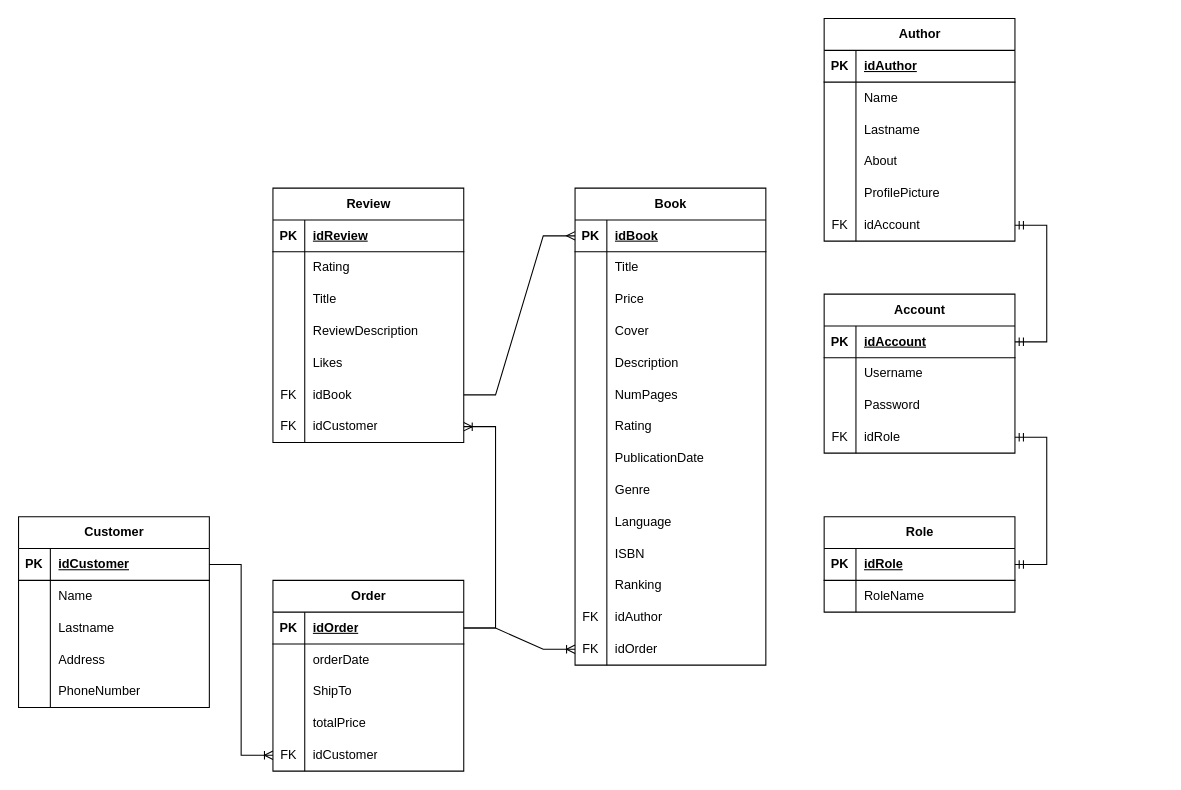
The draw.io diagram docs/diagrams/bookStoreEntityRelation.drawio in josueBarretogit/goApiBookstore, before the edit. Source tidied: cells renumbered, new cells numbered last; positions are measured from the earlier drawing's top-left corner, leaving out a move shared by most shapes. Both pictures are drawn from the tidied source at 106%, with x=0, y=0 at pixel (18, 18).
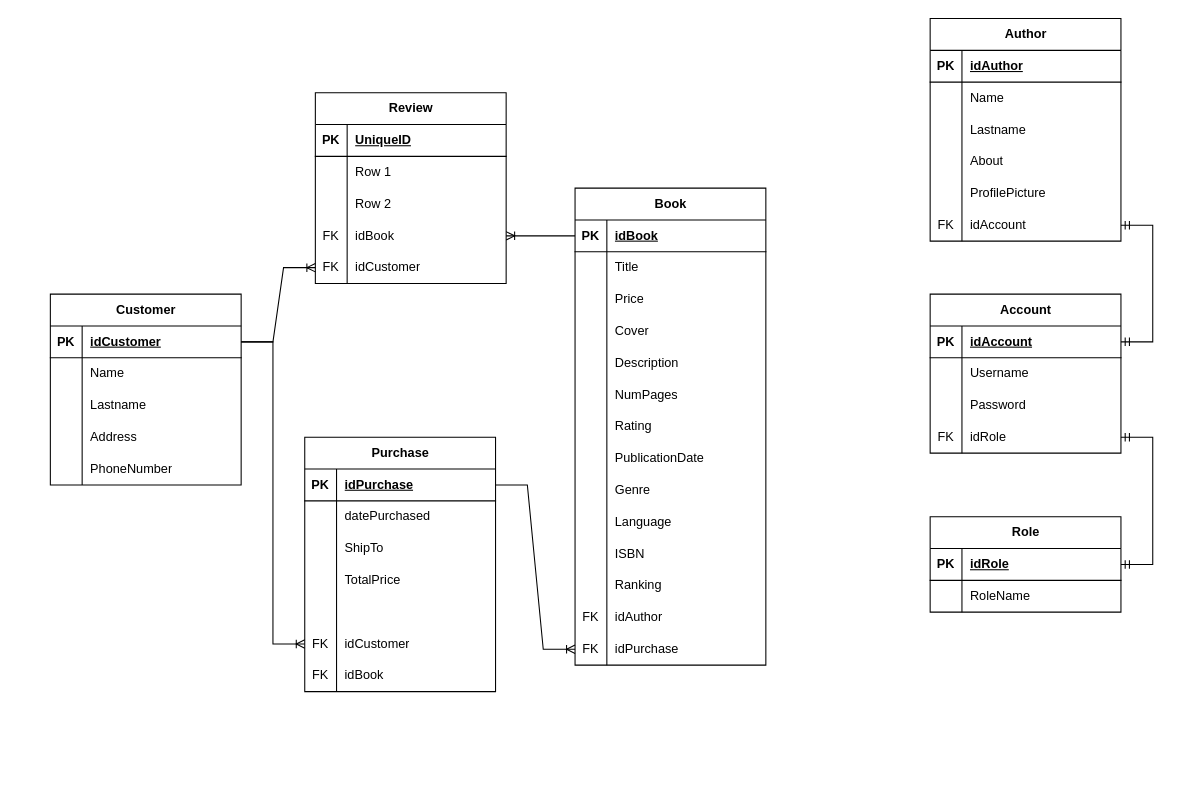
Above is the later version.

Unchanged cells that the change refers to:
```xml
<mxCell id="3" style="shape=tableRow;horizontal=0;startSize=0;swimlaneHead=0;swimlaneBody=0;fillColor=none;points=[[0,0.5],[1,0.5]];portConstraint=eastwest;top=0;left=0;right=0;bottom=1;" parent="2" vertex="1">
  <mxGeometry y="30" width="180" height="30" as="geometry" />
</mxCell>
<mxCell id="42" style="shape=tableRow;horizontal=0;startSize=0;swimlaneHead=0;swimlaneBody=0;fillColor=none;points=[[0,0.5],[1,0.5]];portConstraint=eastwest;top=0;left=0;right=0;bottom=0;" parent="2" vertex="1">
  <mxGeometry y="420" width="180" height="30" as="geometry" />
</mxCell>
<mxCell id="55" style="shape=tableRow;horizontal=0;startSize=0;swimlaneHead=0;swimlaneBody=0;fillColor=none;points=[[0,0.5],[1,0.5]];portConstraint=eastwest;top=0;left=0;right=0;bottom=0;" parent="45" vertex="1">
  <mxGeometry y="120" width="180" height="30" as="geometry" />
</mxCell>
<mxCell id="79" style="shape=tableRow;horizontal=0;startSize=0;swimlaneHead=0;swimlaneBody=0;fillColor=none;points=[[0,0.5],[1,0.5]];portConstraint=eastwest;top=0;left=0;right=0;bottom=1;" parent="78" vertex="1">
  <mxGeometry y="30" width="180" height="30" as="geometry" />
</mxCell>
<mxCell id="87" style="shape=tableRow;horizontal=0;startSize=0;swimlaneHead=0;swimlaneBody=0;fillColor=none;points=[[0,0.5],[1,0.5]];portConstraint=eastwest;top=0;left=0;right=0;bottom=1;" parent="86" vertex="1">
  <mxGeometry y="30" width="180" height="30" as="geometry" />
</mxCell>
<mxCell id="119" style="shape=tableRow;horizontal=0;startSize=0;swimlaneHead=0;swimlaneBody=0;fillColor=none;points=[[0,0.5],[1,0.5]];portConstraint=eastwest;top=0;left=0;right=0;bottom=1;" parent="118" vertex="1">
  <mxGeometry y="30" width="180" height="30" as="geometry" />
</mxCell>
<mxCell id="122" style="shape=tableRow;horizontal=0;startSize=0;swimlaneHead=0;swimlaneBody=0;fillColor=none;top=0;left=0;right=0;bottom=0;" parent="118" vertex="1">
  <mxGeometry y="60" width="180" height="30" as="geometry" />
</mxCell>
<mxCell id="125" style="shape=tableRow;horizontal=0;startSize=0;swimlaneHead=0;swimlaneBody=0;fillColor=none;top=0;left=0;right=0;bottom=0;" parent="118" vertex="1">
  <mxGeometry y="90" width="180" height="30" as="geometry" />
</mxCell>
<mxCell id="128" style="shape=tableRow;horizontal=0;startSize=0;swimlaneHead=0;swimlaneBody=0;fillColor=none;top=0;left=0;right=0;bottom=0;" parent="118" vertex="1">
  <mxGeometry y="120" width="180" height="30" as="geometry" />
</mxCell>
<mxCell id="131" style="shape=tableRow;horizontal=0;startSize=0;swimlaneHead=0;swimlaneBody=0;fillColor=none;top=0;left=0;right=0;bottom=0;" parent="118" vertex="1">
  <mxGeometry y="150" width="180" height="30" as="geometry" />
</mxCell>
<mxCell id="134" style="shape=tableRow;horizontal=0;startSize=0;swimlaneHead=0;swimlaneBody=0;fillColor=none;points=[[0,0.5],[1,0.5]];portConstraint=eastwest;top=0;left=0;right=0;bottom=0;" parent="118" vertex="1">
  <mxGeometry y="180" width="180" height="30" as="geometry" />
</mxCell>
<mxCell id="137" style="shape=tableRow;horizontal=0;startSize=0;swimlaneHead=0;swimlaneBody=0;fillColor=none;points=[[0,0.5],[1,0.5]];portConstraint=eastwest;top=0;left=0;right=0;bottom=0;" parent="118" vertex="1">
  <mxGeometry y="210" width="180" height="30" as="geometry" />
</mxCell>
```

Change to the diagram source:
```diff
@@
-    <mxCell id="44" value="idOrder" style="shape=partialRectangle;fillColor=none;top=0;left=0;bottom=0;right=0;align=left;spacingLeft=6;overflow=hidden;whiteSpace=wrap;html=1;" parent="42" vertex="1">
+    <mxCell id="44" value="idPurchase" style="shape=partialRectangle;fillColor=none;top=0;left=0;bottom=0;right=0;align=left;spacingLeft=6;overflow=hidden;whiteSpace=wrap;html=1;" parent="42" vertex="1">
       <mxGeometry x="30" width="150" height="30" as="geometry" />
     </mxCell>
     <mxCell id="45" value="Account" style="shape=table;startSize=30;childLayout=tableLayout;rowLines=0;fontStyle=1;align=center;html=1;" parent="1" vertex="1">
-      <mxGeometry x="760" y="260" width="180" height="150" as="geometry" />
+      <mxGeometry x="860" y="260" width="180" height="150" as="geometry" />
     </mxCell>
@@
     <mxCell id="58" value="Author" style="shape=table;startSize=30;childLayout=tableLayout;rowLines=0;fontStyle=1;align=center;html=1;" parent="1" vertex="1">
-      <mxGeometry x="760" width="180" height="210" as="geometry" />
+      <mxGeometry x="860" width="180" height="210" as="geometry" />
     </mxCell>
@@
     <mxCell id="78" value="Role" style="shape=table;startSize=30;childLayout=tableLayout;rowLines=0;fontStyle=1;align=center;html=1;" parent="1" vertex="1">
-      <mxGeometry x="760" y="470" width="180" height="90" as="geometry" />
+      <mxGeometry x="860" y="470" width="180" height="90" as="geometry" />
     </mxCell>
@@
     <mxCell id="85" style="edgeStyle=entityRelationEdgeStyle;fontSize=12;html=1;endArrow=ERmandOne;startArrow=ERmandOne;rounded=0;" parent="1" edge="1" source="55" target="79">
       <mxGeometry relative="1" as="geometry">
         <Array as="points">
-          <mxPoint x="1070" y="635" />
+          <mxPoint x="1170" y="635" />
         </Array>
       </mxGeometry>
     </mxCell>
     <mxCell id="86" value="Customer" style="shape=table;startSize=30;childLayout=tableLayout;rowLines=0;fontStyle=1;align=center;html=1;" parent="1" vertex="1">
-      <mxGeometry y="470" width="180" height="180" as="geometry" />
+      <mxGeometry x="30" y="260" width="180" height="180" as="geometry" />
     </mxCell>
@@
-    <mxCell id="102" value="Order" style="shape=table;startSize=30;childLayout=tableLayout;rowLines=0;fontStyle=1;align=center;html=1;" parent="1" vertex="1">
-      <mxGeometry x="240" y="530" width="180" height="180" as="geometry" />
-    </mxCell>
-    <mxCell id="103" style="shape=tableRow;horizontal=0;startSize=0;swimlaneHead=0;swimlaneBody=0;fillColor=none;points=[[0,0.5],[1,0.5]];portConstraint=eastwest;top=0;left=0;right=0;bottom=1;" parent="102" vertex="1">
-      <mxGeometry y="30" width="180" height="30" as="geometry" />
-    </mxCell>
-    <mxCell id="104" value="PK" style="shape=partialRectangle;fillColor=none;top=0;left=0;bottom=0;right=0;fontStyle=1;overflow=hidden;whiteSpace=wrap;html=1;" parent="103" vertex="1">
-      <mxGeometry width="30" height="30" as="geometry" />
-    </mxCell>
-    <mxCell id="105" value="idOrder" style="shape=partialRectangle;fillColor=none;top=0;left=0;bottom=0;right=0;align=left;spacingLeft=6;fontStyle=5;overflow=hidden;whiteSpace=wrap;html=1;" parent="103" vertex="1">
-      <mxGeometry x="30" width="150" height="30" as="geometry" />
-    </mxCell>
-    <mxCell id="106" style="shape=tableRow;horizontal=0;startSize=0;swimlaneHead=0;swimlaneBody=0;fillColor=none;top=0;left=0;right=0;bottom=0;" parent="102" vertex="1">
-      <mxGeometry y="60" width="180" height="30" as="geometry" />
-    </mxCell>
-    <mxCell id="107" style="shape=partialRectangle;fillColor=none;top=0;left=0;bottom=0;right=0;overflow=hidden;whiteSpace=wrap;html=1;" parent="106" vertex="1">
-      <mxGeometry width="30" height="30" as="geometry" />
-    </mxCell>
-    <mxCell id="108" value="orderDate" style="shape=partialRectangle;fillColor=none;top=0;left=0;bottom=0;right=0;align=left;spacingLeft=6;overflow=hidden;whiteSpace=wrap;html=1;" parent="106" vertex="1">
-      <mxGeometry x="30" width="150" height="30" as="geometry" />
-    </mxCell>
-    <mxCell id="109" style="shape=tableRow;horizontal=0;startSize=0;swimlaneHead=0;swimlaneBody=0;fillColor=none;top=0;left=0;right=0;bottom=0;" parent="102" vertex="1">
-      <mxGeometry y="90" width="180" height="30" as="geometry" />
-    </mxCell>
-    <mxCell id="110" style="shape=partialRectangle;fillColor=none;top=0;left=0;bottom=0;right=0;overflow=hidden;whiteSpace=wrap;html=1;" parent="109" vertex="1">
-      <mxGeometry width="30" height="30" as="geometry" />
-    </mxCell>
-    <mxCell id="111" value="ShipTo" style="shape=partialRectangle;fillColor=none;top=0;left=0;bottom=0;right=0;align=left;spacingLeft=6;overflow=hidden;whiteSpace=wrap;html=1;" parent="109" vertex="1">
-      <mxGeometry x="30" width="150" height="30" as="geometry" />
-    </mxCell>
-    <mxCell id="112" style="shape=tableRow;horizontal=0;startSize=0;swimlaneHead=0;swimlaneBody=0;fillColor=none;points=[[0,0.5],[1,0.5]];portConstraint=eastwest;top=0;left=0;right=0;bottom=0;" parent="102" vertex="1">
-      <mxGeometry y="120" width="180" height="30" as="geometry" />
-    </mxCell>
-    <mxCell id="113" style="shape=partialRectangle;fillColor=none;top=0;left=0;bottom=0;right=0;overflow=hidden;whiteSpace=wrap;html=1;" parent="112" vertex="1">
-      <mxGeometry width="30" height="30" as="geometry" />
-    </mxCell>
-    <mxCell id="114" value="totalPrice" style="shape=partialRectangle;fillColor=none;top=0;left=0;bottom=0;right=0;align=left;spacingLeft=6;overflow=hidden;whiteSpace=wrap;html=1;" parent="112" vertex="1">
-      <mxGeometry x="30" width="150" height="30" as="geometry" />
-    </mxCell>
-    <mxCell id="115" style="shape=tableRow;horizontal=0;startSize=0;swimlaneHead=0;swimlaneBody=0;fillColor=none;points=[[0,0.5],[1,0.5]];portConstraint=eastwest;top=0;left=0;right=0;bottom=0;" parent="102" vertex="1">
-      <mxGeometry y="150" width="180" height="30" as="geometry" />
-    </mxCell>
-    <mxCell id="116" value="FK" style="shape=partialRectangle;fillColor=none;top=0;left=0;bottom=0;right=0;overflow=hidden;whiteSpace=wrap;html=1;" parent="115" vertex="1">
-      <mxGeometry width="30" height="30" as="geometry" />
-    </mxCell>
-    <mxCell id="117" value="idCustomer" style="shape=partialRectangle;fillColor=none;top=0;left=0;bottom=0;right=0;align=left;spacingLeft=6;overflow=hidden;whiteSpace=wrap;html=1;" parent="115" vertex="1">
-      <mxGeometry x="30" width="150" height="30" as="geometry" />
-    </mxCell>
-    <mxCell id="118" value="Review" style="shape=table;startSize=30;childLayout=tableLayout;rowLines=0;fontStyle=1;align=center;html=1;" parent="1" vertex="1">
-      <mxGeometry x="240" y="160" width="180" height="240" as="geometry" />
+    <mxCell id="118" value="Purchase" style="shape=table;startSize=30;childLayout=tableLayout;rowLines=0;fontStyle=1;align=center;html=1;" parent="1" vertex="1">
+      <mxGeometry x="270" y="395" width="180" height="240" as="geometry" />
     </mxCell>
@@
-    <mxCell id="121" value="idReview" style="shape=partialRectangle;fillColor=none;top=0;left=0;bottom=0;right=0;align=left;spacingLeft=6;fontStyle=5;overflow=hidden;whiteSpace=wrap;html=1;" parent="119" vertex="1">
+    <mxCell id="121" value="idPurchase" style="shape=partialRectangle;fillColor=none;top=0;left=0;bottom=0;right=0;align=left;spacingLeft=6;fontStyle=5;overflow=hidden;whiteSpace=wrap;html=1;" parent="119" vertex="1">
       <mxGeometry x="30" width="150" height="30" as="geometry" />
     </mxCell>
@@
-    <mxCell id="124" value="Rating" style="shape=partialRectangle;fillColor=none;top=0;left=0;bottom=0;right=0;align=left;spacingLeft=6;overflow=hidden;whiteSpace=wrap;html=1;" parent="122" vertex="1">
+    <mxCell id="124" value="datePurchased" style="shape=partialRectangle;fillColor=none;top=0;left=0;bottom=0;right=0;align=left;spacingLeft=6;overflow=hidden;whiteSpace=wrap;html=1;" parent="122" vertex="1">
       <mxGeometry x="30" width="150" height="30" as="geometry" />
     </mxCell>
@@
-    <mxCell id="127" value="Title" style="shape=partialRectangle;fillColor=none;top=0;left=0;bottom=0;right=0;align=left;spacingLeft=6;overflow=hidden;whiteSpace=wrap;html=1;" parent="125" vertex="1">
+    <mxCell id="127" value="ShipTo" style="shape=partialRectangle;fillColor=none;top=0;left=0;bottom=0;right=0;align=left;spacingLeft=6;overflow=hidden;whiteSpace=wrap;html=1;" parent="125" vertex="1">
       <mxGeometry x="30" width="150" height="30" as="geometry" />
     </mxCell>
@@
-    <mxCell id="130" value="ReviewDescription" style="shape=partialRectangle;fillColor=none;top=0;left=0;bottom=0;right=0;align=left;spacingLeft=6;overflow=hidden;whiteSpace=wrap;html=1;" parent="128" vertex="1">
+    <mxCell id="130" value="TotalPrice" style="shape=partialRectangle;fillColor=none;top=0;left=0;bottom=0;right=0;align=left;spacingLeft=6;overflow=hidden;whiteSpace=wrap;html=1;" parent="128" vertex="1">
       <mxGeometry x="30" width="150" height="30" as="geometry" />
     </mxCell>
@@
-    <mxCell id="133" value="Likes" style="shape=partialRectangle;fillColor=none;top=0;left=0;bottom=0;right=0;align=left;spacingLeft=6;overflow=hidden;whiteSpace=wrap;html=1;" parent="131" vertex="1">
+    <mxCell id="133" style="shape=partialRectangle;fillColor=none;top=0;left=0;bottom=0;right=0;align=left;spacingLeft=6;overflow=hidden;whiteSpace=wrap;html=1;" parent="131" vertex="1">
       <mxGeometry x="30" width="150" height="30" as="geometry" />
     </mxCell>
@@
-    <mxCell id="136" value="idBook" style="shape=partialRectangle;fillColor=none;top=0;left=0;bottom=0;right=0;align=left;spacingLeft=6;overflow=hidden;whiteSpace=wrap;html=1;" parent="134" vertex="1">
+    <mxCell id="136" value="idCustomer" style="shape=partialRectangle;fillColor=none;top=0;left=0;bottom=0;right=0;align=left;spacingLeft=6;overflow=hidden;whiteSpace=wrap;html=1;" parent="134" vertex="1">
       <mxGeometry x="30" width="150" height="30" as="geometry" />
     </mxCell>
@@
-    <mxCell id="138" value="FK" style="shape=partialRectangle;fillColor=none;top=0;left=0;bottom=0;right=0;overflow=hidden;whiteSpace=wrap;html=1;" parent="137" vertex="1">
-      <mxGeometry width="30" height="30" as="geometry" />
-    </mxCell>
-    <mxCell id="139" value="idCustomer" style="shape=partialRectangle;fillColor=none;top=0;left=0;bottom=0;right=0;align=left;spacingLeft=6;overflow=hidden;whiteSpace=wrap;html=1;" parent="137" vertex="1">
-      <mxGeometry x="30" width="150" height="30" as="geometry" />
-    </mxCell>
+    <mxCell id="144" value="FK" style="shape=partialRectangle;fillColor=none;top=0;left=0;bottom=0;right=0;overflow=hidden;whiteSpace=wrap;html=1;" parent="137" vertex="1">
+      <mxGeometry width="30" height="30" as="geometry" />
+    </mxCell>
+    <mxCell id="145" value="idBook" style="shape=partialRectangle;fillColor=none;top=0;left=0;bottom=0;right=0;align=left;spacingLeft=6;overflow=hidden;whiteSpace=wrap;html=1;" parent="137" vertex="1">
+      <mxGeometry x="30" width="150" height="30" as="geometry" />
+    </mxCell>
+    <mxCell id="146" style="edgeStyle=entityRelationEdgeStyle;fontSize=12;html=1;endArrow=ERoneToMany;rounded=0;" parent="1" edge="1" source="87" target="134">
+      <mxGeometry relative="1" as="geometry" />
+    </mxCell>
+    <mxCell id="147" value="Review" style="shape=table;startSize=30;childLayout=tableLayout;rowLines=0;fontStyle=1;align=center;html=1;" parent="1" vertex="1">
+      <mxGeometry x="280" y="70" width="180" height="180" as="geometry" />
+    </mxCell>
+    <mxCell id="103" style="shape=tableRow;horizontal=0;startSize=0;swimlaneHead=0;swimlaneBody=0;fillColor=none;points=[[0,0.5],[1,0.5]];portConstraint=eastwest;top=0;left=0;right=0;bottom=1;" parent="147" vertex="1">
+      <mxGeometry y="30" width="180" height="30" as="geometry" />
+    </mxCell>
+    <mxCell id="104" value="PK" style="shape=partialRectangle;fillColor=none;top=0;left=0;bottom=0;right=0;fontStyle=1;overflow=hidden;whiteSpace=wrap;html=1;" parent="103" vertex="1">
+      <mxGeometry width="30" height="30" as="geometry" />
+    </mxCell>
+    <mxCell id="148" value="UniqueID" style="shape=partialRectangle;fillColor=none;top=0;left=0;bottom=0;right=0;align=left;spacingLeft=6;fontStyle=5;overflow=hidden;whiteSpace=wrap;html=1;" parent="103" vertex="1">
+      <mxGeometry x="30" width="150" height="30" as="geometry" />
+    </mxCell>
+    <mxCell id="106" style="shape=tableRow;horizontal=0;startSize=0;swimlaneHead=0;swimlaneBody=0;fillColor=none;top=0;left=0;right=0;bottom=0;" parent="147" vertex="1">
+      <mxGeometry y="60" width="180" height="30" as="geometry" />
+    </mxCell>
+    <mxCell id="149" style="shape=partialRectangle;fillColor=none;top=0;left=0;bottom=0;right=0;overflow=hidden;whiteSpace=wrap;html=1;" parent="106" vertex="1">
+      <mxGeometry width="30" height="30" as="geometry" />
+    </mxCell>
+    <mxCell id="150" value="Row 1" style="shape=partialRectangle;fillColor=none;top=0;left=0;bottom=0;right=0;align=left;spacingLeft=6;overflow=hidden;whiteSpace=wrap;html=1;" parent="106" vertex="1">
+      <mxGeometry x="30" width="150" height="30" as="geometry" />
+    </mxCell>
+    <mxCell id="109" style="shape=tableRow;horizontal=0;startSize=0;swimlaneHead=0;swimlaneBody=0;fillColor=none;top=0;left=0;right=0;bottom=0;" parent="147" vertex="1">
+      <mxGeometry y="90" width="180" height="30" as="geometry" />
+    </mxCell>
+    <mxCell id="151" style="shape=partialRectangle;fillColor=none;top=0;left=0;bottom=0;right=0;overflow=hidden;whiteSpace=wrap;html=1;" parent="109" vertex="1">
+      <mxGeometry width="30" height="30" as="geometry" />
+    </mxCell>
+    <mxCell id="152" value="Row 2" style="shape=partialRectangle;fillColor=none;top=0;left=0;bottom=0;right=0;align=left;spacingLeft=6;overflow=hidden;whiteSpace=wrap;html=1;" parent="109" vertex="1">
+      <mxGeometry x="30" width="150" height="30" as="geometry" />
+    </mxCell>
+    <mxCell id="112" style="shape=tableRow;horizontal=0;startSize=0;swimlaneHead=0;swimlaneBody=0;fillColor=none;points=[[0,0.5],[1,0.5]];portConstraint=eastwest;top=0;left=0;right=0;bottom=0;" parent="147" vertex="1">
+      <mxGeometry y="120" width="180" height="30" as="geometry" />
+    </mxCell>
+    <mxCell id="153" value="FK" style="shape=partialRectangle;fillColor=none;top=0;left=0;bottom=0;right=0;overflow=hidden;whiteSpace=wrap;html=1;" parent="112" vertex="1">
+      <mxGeometry width="30" height="30" as="geometry" />
+    </mxCell>
+    <mxCell id="154" value="idBook" style="shape=partialRectangle;fillColor=none;top=0;left=0;bottom=0;right=0;align=left;spacingLeft=6;overflow=hidden;whiteSpace=wrap;html=1;" parent="112" vertex="1">
+      <mxGeometry x="30" width="150" height="30" as="geometry" />
+    </mxCell>
+    <mxCell id="115" style="shape=tableRow;horizontal=0;startSize=0;swimlaneHead=0;swimlaneBody=0;fillColor=none;points=[[0,0.5],[1,0.5]];portConstraint=eastwest;top=0;left=0;right=0;bottom=0;" parent="147" vertex="1">
+      <mxGeometry y="150" width="180" height="30" as="geometry" />
+    </mxCell>
+    <mxCell id="155" value="FK" style="shape=partialRectangle;fillColor=none;top=0;left=0;bottom=0;right=0;overflow=hidden;whiteSpace=wrap;html=1;" parent="115" vertex="1">
+      <mxGeometry width="30" height="30" as="geometry" />
+    </mxCell>
+    <mxCell id="156" value="idCustomer" style="shape=partialRectangle;fillColor=none;top=0;left=0;bottom=0;right=0;align=left;spacingLeft=6;overflow=hidden;whiteSpace=wrap;html=1;" parent="115" vertex="1">
+      <mxGeometry x="30" width="150" height="30" as="geometry" />
+    </mxCell>
+    <mxCell id="157" style="edgeStyle=entityRelationEdgeStyle;fontSize=12;html=1;endArrow=ERoneToMany;rounded=0;" parent="1" edge="1" source="3" target="112">
+      <mxGeometry relative="1" as="geometry" />
+    </mxCell>
@@
-    <mxCell id="141" style="edgeStyle=entityRelationEdgeStyle;fontSize=12;html=1;endArrow=ERmany;rounded=0;" parent="1" edge="1" source="134" target="3">
-      <mxGeometry relative="1" as="geometry" />
-    </mxCell>
-    <mxCell id="142" style="edgeStyle=entityRelationEdgeStyle;fontSize=12;html=1;endArrow=ERoneToMany;rounded=0;" parent="1" edge="1" source="103" target="137">
-      <mxGeometry relative="1" as="geometry" />
-    </mxCell>
-    <mxCell id="143" style="edgeStyle=entityRelationEdgeStyle;fontSize=12;html=1;endArrow=ERoneToMany;rounded=0;" parent="1" edge="1" source="103" target="42">
-      <mxGeometry relative="1" as="geometry" />
-    </mxCell>
+    <mxCell id="158" style="edgeStyle=entityRelationEdgeStyle;fontSize=12;html=1;endArrow=ERoneToMany;rounded=0;" parent="1" edge="1" source="119" target="42">
+      <mxGeometry relative="1" as="geometry" />
+    </mxCell>
```
